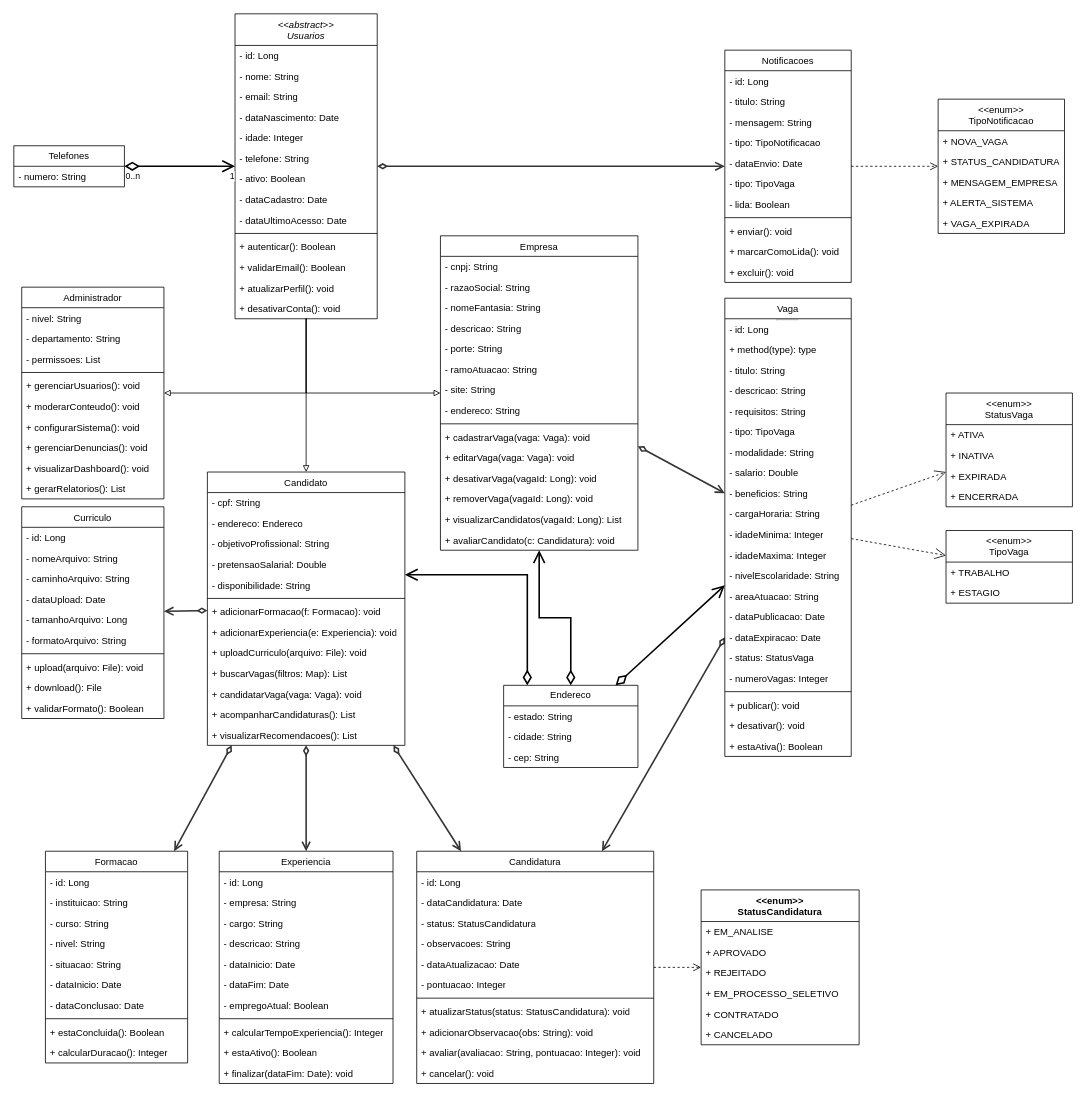
Earlier version of the draw.io diagram Diagramas/Diagrama de Classe/Diagrama de Classe.dio (MatchVagas/Documentation). Source tidied: cells renumbered, new cells numbered last; positions are measured from the earlier drawing's top-left corner, leaving out a move shared by most shapes. Both pictures are drawn from the tidied source at 79%, with x=0, y=0 at pixel (13, 13).
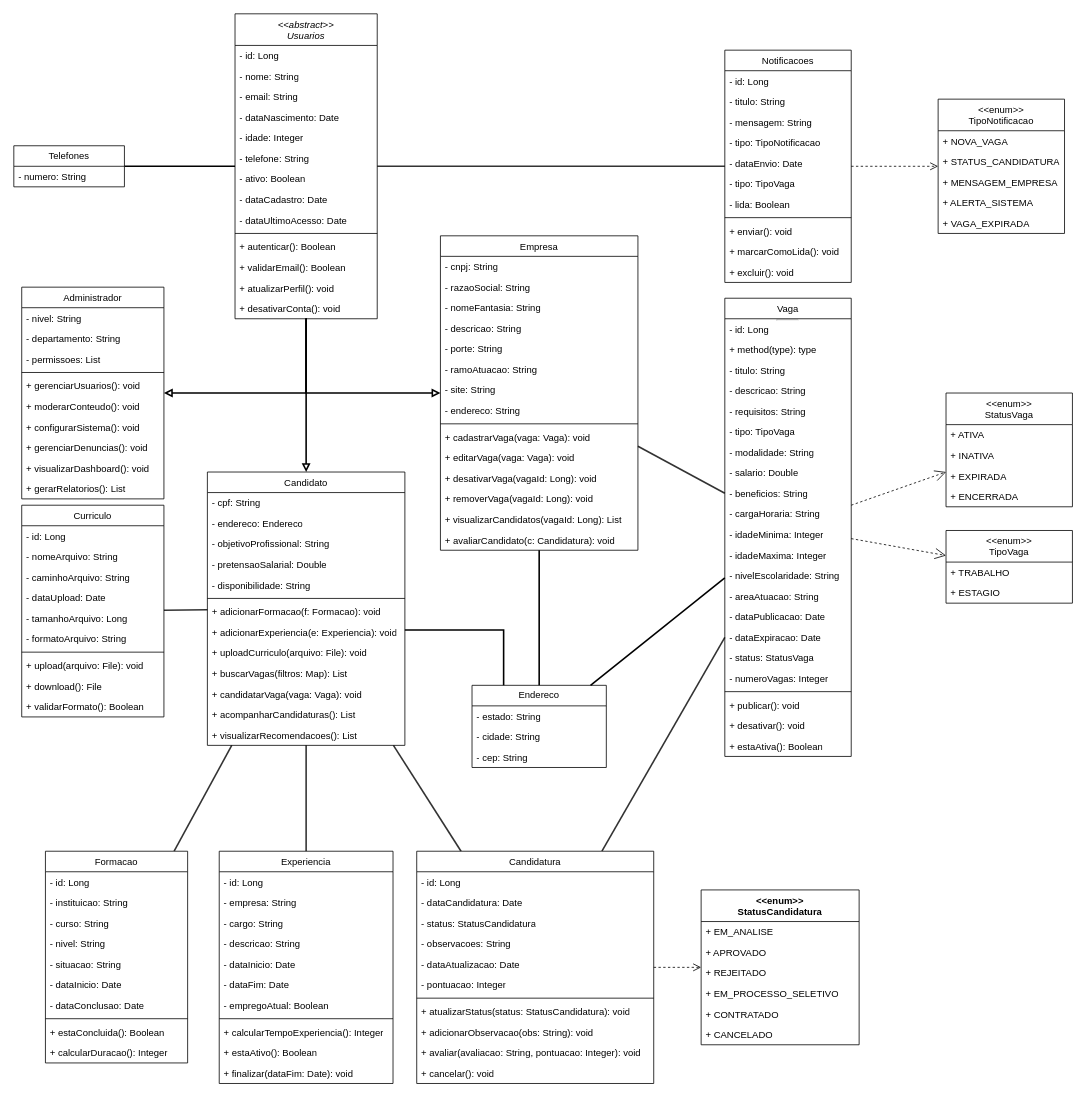
The same diagram, later.

Commit message (it also covers changes not shown here):
Atualização do Documento de Arquitetura e Diagrama de Classes

Unchanged cells that the change refers to:
```xml
<mxCell id="11" value="&lt;span style=&quot;text-align: left;&quot;&gt;Vaga&lt;/span&gt;&lt;hr style=&quot;text-align: left;&quot;&gt;&lt;br&gt;&lt;span style=&quot;text-align: left;&quot;&gt;&lt;/span&gt;" style="swimlane;fontStyle=0;align=center;verticalAlign=top;horizontal=1;startSize=26;whiteSpace=wrap;html=1;" parent="1" vertex="1">
  <mxGeometry x="900" y="360" width="160" height="580" as="geometry" />
</mxCell>
<mxCell id="44" value="&lt;span style=&quot;text-align: left;&quot;&gt;Candidatura&lt;/span&gt;&lt;br&gt;&lt;span style=&quot;text-align: left;&quot;&gt;&lt;/span&gt;" style="swimlane;fontStyle=0;align=center;verticalAlign=top;horizontal=1;startSize=26;whiteSpace=wrap;html=1;" parent="1" vertex="1">
  <mxGeometry x="510" y="1060" width="300" height="294" as="geometry" />
</mxCell>
<mxCell id="63" value="&lt;span style=&quot;text-align: left;&quot;&gt;Experiencia&lt;/span&gt;&lt;br&gt;&lt;span style=&quot;text-align: left;&quot;&gt;&lt;/span&gt;&lt;span style=&quot;text-align: left;&quot;&gt;&lt;/span&gt;" style="swimlane;fontStyle=0;align=center;verticalAlign=top;horizontal=1;startSize=26;whiteSpace=wrap;html=1;" parent="1" vertex="1">
  <mxGeometry x="260" y="1060" width="220" height="294" as="geometry" />
</mxCell>
<mxCell id="75" value="&lt;span style=&quot;text-align: left;&quot;&gt;Formacao&lt;/span&gt;&lt;br&gt;&lt;span style=&quot;text-align: left;&quot;&gt;&lt;/span&gt;&lt;span style=&quot;text-align: left;&quot;&gt;&lt;/span&gt;&lt;span style=&quot;text-align: left;&quot;&gt;&lt;/span&gt;" style="swimlane;fontStyle=0;align=center;verticalAlign=top;horizontal=1;startSize=26;whiteSpace=wrap;html=1;" parent="1" vertex="1">
  <mxGeometry x="40" y="1060" width="180" height="268" as="geometry" />
</mxCell>
<mxCell id="86" value="&lt;span style=&quot;text-align: left;&quot;&gt;Candidato&lt;/span&gt;&lt;span style=&quot;text-align: left;&quot;&gt;&lt;/span&gt;&lt;span style=&quot;text-align: left;&quot;&gt;&lt;/span&gt;" style="swimlane;fontStyle=0;align=center;verticalAlign=top;horizontal=1;startSize=26;whiteSpace=wrap;html=1;" parent="1" vertex="1">
  <mxGeometry x="245" y="580" width="250" height="346" as="geometry" />
</mxCell>
<mxCell id="111" value="&lt;span style=&quot;text-align: left;&quot;&gt;Administrador&lt;/span&gt;" style="swimlane;fontStyle=0;align=center;verticalAlign=top;horizontal=1;startSize=26;whiteSpace=wrap;html=1;" parent="1" vertex="1">
  <mxGeometry x="10" y="346" width="180" height="268" as="geometry" />
</mxCell>
<mxCell id="122" value="&lt;span style=&quot;text-align: left; font-weight: normal;&quot;&gt;&lt;i style=&quot;&quot;&gt;&amp;lt;&amp;lt;abstract&amp;gt;&amp;gt;&lt;/i&gt;&lt;/span&gt;&lt;div&gt;&lt;span style=&quot;text-align: left; font-weight: normal;&quot;&gt;&lt;i style=&quot;&quot;&gt;Usuarios&lt;/i&gt;&lt;/span&gt;&lt;/div&gt;" style="swimlane;fontStyle=1;align=center;verticalAlign=top;horizontal=1;startSize=40;whiteSpace=wrap;html=1;" parent="1" vertex="1">
  <mxGeometry x="280" width="180" height="386" as="geometry" />
</mxCell>
<mxCell id="137" value="&lt;span style=&quot;text-align: left; font-weight: normal;&quot;&gt;Empresa&lt;/span&gt;" style="swimlane;fontStyle=1;align=center;verticalAlign=top;horizontal=1;startSize=26;whiteSpace=wrap;html=1;" parent="1" vertex="1">
  <mxGeometry x="540" y="281" width="250" height="398" as="geometry" />
</mxCell>
<mxCell id="153" value="&lt;span style=&quot;text-align: left; font-weight: normal;&quot;&gt;Notificacoes&lt;/span&gt;&lt;span style=&quot;font-weight: 400; text-align: left;&quot;&gt;&lt;/span&gt;" style="swimlane;fontStyle=1;align=center;verticalAlign=top;horizontal=1;startSize=26;whiteSpace=wrap;html=1;" parent="1" vertex="1">
  <mxGeometry x="900" y="46" width="160" height="294" as="geometry" />
</mxCell>
<mxCell id="178" value="Telefones" style="swimlane;fontStyle=0;horizontal=1;startSize=26;fillColor=none;whiteSpace=wrap;html=1;" parent="1" vertex="1">
  <mxGeometry y="167" width="140" height="52" as="geometry" />
</mxCell>
```

What changed in the source:
```diff
@@
-    <mxCell id="2" style="edgeStyle=none;html=1;strokeColor=#333333;strokeWidth=2;endArrow=open;endFill=0;endSize=8;startArrow=diamondThin;startFill=0;startSize=8;labelBackgroundColor=#ffffff;labelBorderColor=#333333;" parent="1" edge="1" source="86" target="100">
+    <mxCell id="2" style="edgeStyle=none;html=1;strokeColor=#333333;strokeWidth=2;endArrow=none;endFill=0;endSize=8;startArrow=none;startFill=0;startSize=8;labelBackgroundColor=#ffffff;labelBorderColor=#333333;" parent="1" edge="1" source="86" target="100">
       <mxGeometry relative="1" as="geometry" />
     </mxCell>
-    <mxCell id="3" style="edgeStyle=none;html=1;strokeColor=#333333;strokeWidth=2;endArrow=open;endFill=0;endSize=8;startArrow=diamondThin;startFill=0;startSize=8;labelBackgroundColor=#ffffff;labelBorderColor=#333333;" parent="1" edge="1" source="86" target="75">
+    <mxCell id="3" style="edgeStyle=none;html=1;strokeColor=#333333;strokeWidth=2;endArrow=none;endFill=0;endSize=8;startArrow=none;startFill=0;startSize=8;labelBackgroundColor=#ffffff;labelBorderColor=#333333;" parent="1" edge="1" source="86" target="75">
       <mxGeometry relative="1" as="geometry" />
     </mxCell>
-    <mxCell id="4" style="edgeStyle=none;html=1;strokeColor=#333333;strokeWidth=2;endArrow=open;endFill=0;endSize=8;startArrow=diamondThin;startFill=0;startSize=8;labelBackgroundColor=#ffffff;labelBorderColor=#333333;" parent="1" edge="1" source="86" target="63">
+    <mxCell id="4" style="edgeStyle=none;html=1;strokeColor=#333333;strokeWidth=2;endArrow=none;endFill=0;endSize=8;startArrow=none;startFill=0;startSize=8;labelBackgroundColor=#ffffff;labelBorderColor=#333333;" parent="1" edge="1" source="86" target="63">
       <mxGeometry relative="1" as="geometry" />
     </mxCell>
-    <mxCell id="5" style="edgeStyle=none;html=1;strokeColor=#333333;strokeWidth=2;endArrow=open;endFill=0;endSize=8;startArrow=diamondThin;startFill=0;startSize=8;labelBackgroundColor=#ffffff;labelBorderColor=#333333;" parent="1" edge="1" source="86" target="44">
+    <mxCell id="5" style="edgeStyle=none;html=1;strokeColor=#333333;strokeWidth=2;endArrow=none;endFill=0;endSize=8;startArrow=none;startFill=0;startSize=8;labelBackgroundColor=#ffffff;labelBorderColor=#333333;" parent="1" edge="1" source="86" target="44">
       <mxGeometry relative="1" as="geometry" />
     </mxCell>
-    <mxCell id="6" style="edgeStyle=none;html=1;strokeColor=#333333;strokeWidth=2;endArrow=open;endFill=0;endSize=8;startArrow=diamondThin;startFill=0;startSize=8;labelBackgroundColor=#ffffff;labelBorderColor=#333333;" parent="1" edge="1" source="137" target="11">
+    <mxCell id="6" style="edgeStyle=none;html=1;strokeColor=#333333;strokeWidth=2;endArrow=none;endFill=0;endSize=8;startArrow=none;startFill=0;startSize=8;labelBackgroundColor=#ffffff;labelBorderColor=#333333;" parent="1" edge="1" source="137" target="11">
       <mxGeometry relative="1" as="geometry" />
     </mxCell>
-    <mxCell id="7" style="edgeStyle=none;html=1;strokeColor=#333333;strokeWidth=2;endArrow=open;endFill=0;endSize=8;startArrow=diamondThin;startFill=0;startSize=8;labelBackgroundColor=#ffffff;labelBorderColor=#333333;" parent="1" edge="1" source="11" target="44">
+    <mxCell id="7" style="edgeStyle=none;html=1;strokeColor=#333333;strokeWidth=2;endArrow=none;endFill=0;endSize=8;startArrow=none;startFill=0;startSize=8;labelBackgroundColor=#ffffff;labelBorderColor=#333333;" parent="1" edge="1" source="11" target="44">
       <mxGeometry relative="1" as="geometry" />
     </mxCell>
-    <mxCell id="8" style="edgeStyle=none;html=1;strokeColor=#333333;strokeWidth=2;endArrow=open;endFill=0;endSize=8;startArrow=diamondThin;startFill=0;startSize=8;labelBackgroundColor=#ffffff;labelBorderColor=#333333;" parent="1" edge="1" source="122" target="153">
+    <mxCell id="8" style="edgeStyle=none;html=1;strokeColor=#333333;strokeWidth=2;endArrow=none;endFill=0;endSize=8;startArrow=none;startFill=0;startSize=8;labelBackgroundColor=#ffffff;labelBorderColor=#333333;" parent="1" edge="1" source="122" target="153">
       <mxGeometry relative="1" as="geometry" />
     </mxCell>
@@
     <mxCell id="100" value="&lt;span style=&quot;text-align: left;&quot;&gt;Curriculo&lt;/span&gt;&lt;span style=&quot;text-align: left;&quot;&gt;&lt;/span&gt;&lt;span style=&quot;text-align: left;&quot;&gt;&lt;/span&gt;&lt;span style=&quot;text-align: left;&quot;&gt;&lt;/span&gt;" style="swimlane;fontStyle=0;align=center;verticalAlign=top;horizontal=1;startSize=26;whiteSpace=wrap;html=1;" parent="1" vertex="1">
-      <mxGeometry x="10" y="624" width="180" height="268" as="geometry" />
+      <mxGeometry x="10" y="622" width="180" height="268" as="geometry" />
     </mxCell>
@@
     <mxCell id="171" value="Endereco" style="swimlane;fontStyle=0;horizontal=1;startSize=26;fillColor=none;whiteSpace=wrap;html=1;" parent="1" vertex="1">
-      <mxGeometry x="620" y="850" width="170" height="104" as="geometry" />
+      <mxGeometry x="580" y="850" width="170" height="104" as="geometry" />
     </mxCell>
@@
-    <mxCell id="175" style="endArrow=open;html=1;endSize=12;startArrow=diamondThin;startSize=14;startFill=0;rounded=0;strokeWidth=2;" parent="1" edge="1" source="171" target="11">
+    <mxCell id="175" style="endArrow=none;html=1;endSize=12;startArrow=none;startSize=14;startFill=0;rounded=0;strokeWidth=2;endFill=0;" parent="1" edge="1" source="171" target="11">
       <mxGeometry relative="1" as="geometry" />
     </mxCell>
-    <mxCell id="176" style="endArrow=open;html=1;endSize=12;startArrow=diamondThin;startSize=14;startFill=0;edgeStyle=orthogonalEdgeStyle;rounded=0;strokeWidth=2;" parent="1" edge="1" source="171" target="137">
+    <mxCell id="176" style="endArrow=none;html=1;endSize=12;startArrow=none;startSize=14;startFill=0;edgeStyle=orthogonalEdgeStyle;rounded=0;strokeWidth=2;endFill=0;" parent="1" edge="1" source="171" target="137">
       <mxGeometry relative="1" as="geometry" />
     </mxCell>
-    <mxCell id="177" style="endArrow=open;html=1;endSize=12;startArrow=diamondThin;startSize=14;startFill=0;edgeStyle=orthogonalEdgeStyle;rounded=0;strokeWidth=2;" parent="1" edge="1" source="171" target="86">
+    <mxCell id="177" style="endArrow=none;html=1;endSize=12;startArrow=none;startSize=14;startFill=0;edgeStyle=orthogonalEdgeStyle;rounded=0;strokeWidth=2;endFill=0;" parent="1" edge="1" source="171" target="86">
       <mxGeometry relative="1" as="geometry">
         <Array as="points">
-          <mxPoint x="650" y="710" />
+          <mxPoint x="620" y="780" />
         </Array>
       </mxGeometry>
     </mxCell>
@@
-    <mxCell id="180" style="endArrow=open;html=1;endSize=12;startArrow=diamondThin;startSize=14;startFill=0;edgeStyle=orthogonalEdgeStyle;rounded=0;strokeWidth=2;" parent="1" edge="1" source="178" target="122">
+    <mxCell id="180" style="endArrow=none;html=1;endSize=12;startArrow=none;startSize=14;startFill=0;edgeStyle=orthogonalEdgeStyle;rounded=0;strokeWidth=2;endFill=0;" parent="1" edge="1" source="178" target="122">
       <mxGeometry relative="1" as="geometry" />
     </mxCell>
-    <mxCell id="181" value="0..n" style="edgeLabel;html=1;align=left;verticalAlign=top;" parent="180" vertex="1">
-      <mxGeometry x="-1" relative="1" as="geometry" />
-    </mxCell>
-    <mxCell id="182" value="1" style="edgeLabel;html=1;align=right;verticalAlign=top;" parent="180" vertex="1">
-      <mxGeometry x="1" relative="1" as="geometry" />
-    </mxCell>
-    <mxCell id="183" style="endArrow=block;html=1;endFill=0;" parent="1" edge="1" source="122" target="86">
+    <mxCell id="183" style="endArrow=block;html=1;endFill=0;strokeWidth=2;" parent="1" edge="1" source="122" target="86">
       <mxGeometry relative="1" as="geometry" />
     </mxCell>
-    <mxCell id="184" style="endArrow=block;html=1;endFill=0;rounded=0;curved=0;" parent="1" edge="1" source="122" target="111">
+    <mxCell id="184" style="endArrow=block;html=1;endFill=0;rounded=0;curved=0;strokeWidth=2;" parent="1" edge="1" source="122" target="111">
       <mxGeometry relative="1" as="geometry">
         <Array as="points">
           <mxPoint x="370" y="480" />
         </Array>
       </mxGeometry>
     </mxCell>
-    <mxCell id="185" style="endArrow=block;html=1;endFill=0;rounded=0;curved=0;" parent="1" edge="1" target="137">
+    <mxCell id="185" style="endArrow=block;html=1;endFill=0;rounded=0;curved=0;strokeWidth=2;" parent="1" edge="1" target="137">
       <mxGeometry relative="1" as="geometry">
         <mxPoint x="370" y="385" as="sourcePoint" />
         <Array as="points">
           <mxPoint x="370" y="480" />
         </Array>
       </mxGeometry>
     </mxCell>
```
